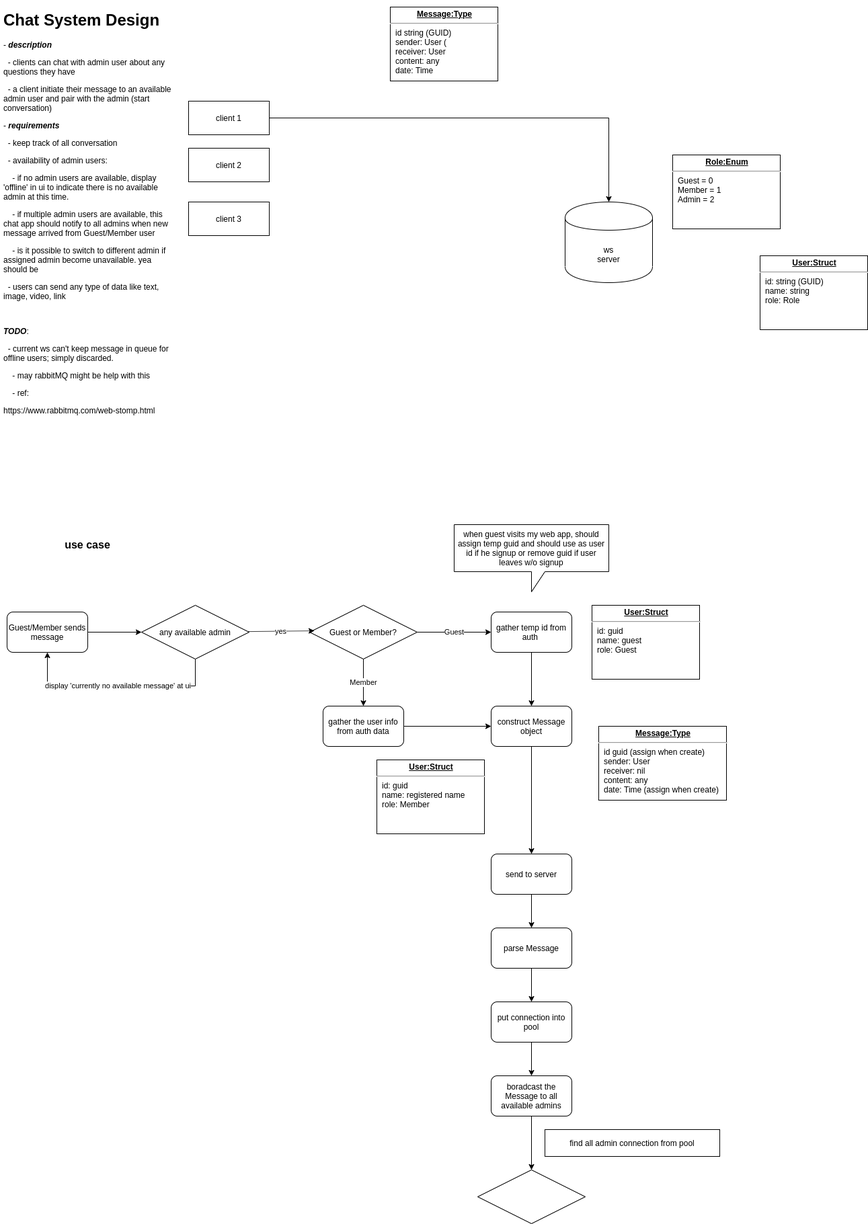
Earlier version of the draw.io export Chat_System_Design.PNG (stsiwo/sts_blogs). Source tidied: cells renumbered, new cells last; positions are measured from the earlier drawing's top-left corner, leaving out a move shared by most shapes.
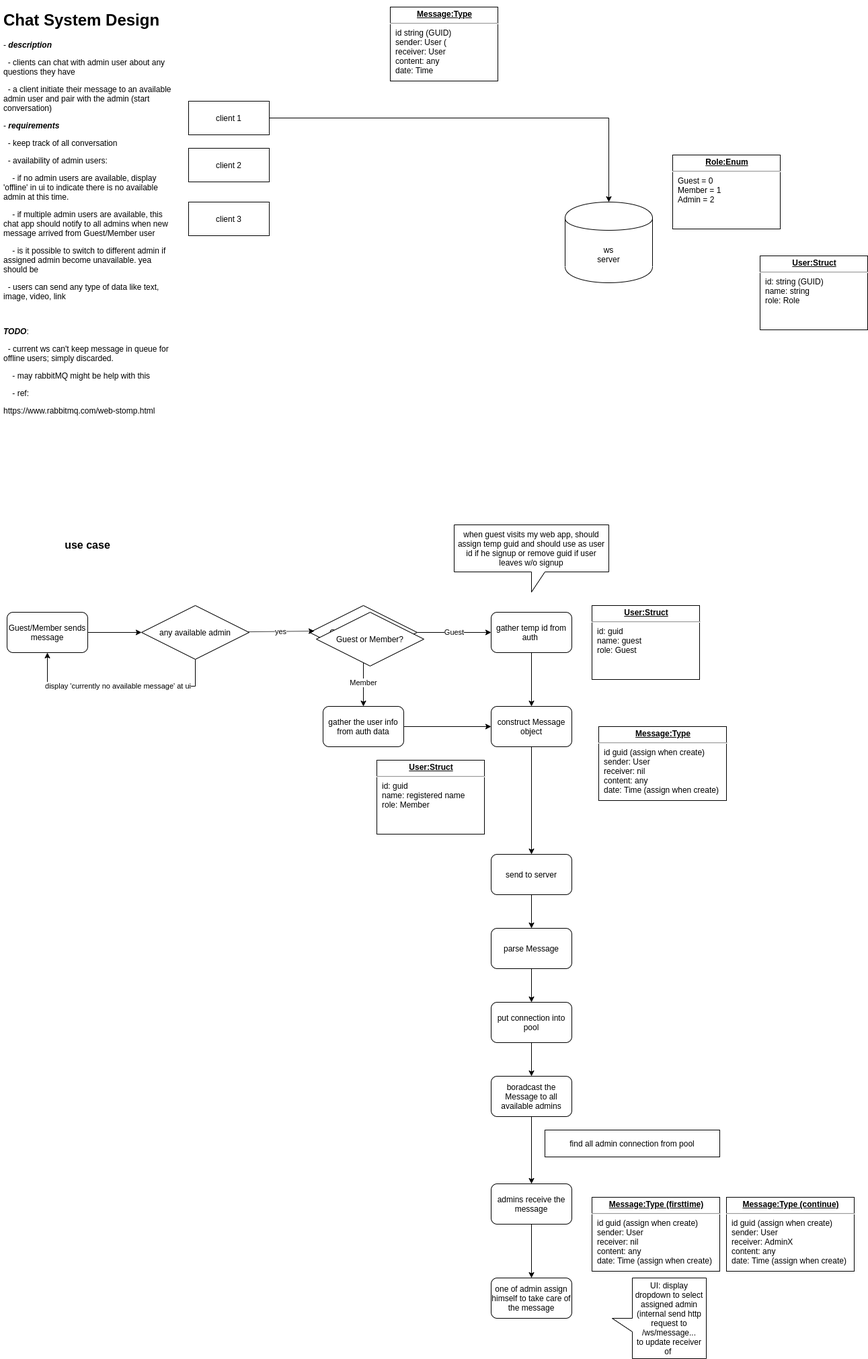
After the change.

Change to the diagram source:
```diff
@@ -95,7 +95,7 @@
     <mxCell id="32" value="put connection into pool" style="rounded=1;whiteSpace=wrap;html=1;" parent="1" vertex="1">
       <mxGeometry x="730" y="1480" width="120" height="60" as="geometry" />
     </mxCell>
-    <mxCell id="33" style="edgeStyle=orthogonalEdgeStyle;rounded=0;jettySize=auto;html=1;" parent="1" edge="1" source="34" target="36">
+    <mxCell id="33" style="edgeStyle=orthogonalEdgeStyle;rounded=0;jettySize=auto;html=1;" parent="1" edge="1" source="34" target="41">
       <mxGeometry relative="1" as="geometry" />
     </mxCell>
     <mxCell id="34" value="boradcast the Message to all available admins" style="rounded=1;whiteSpace=wrap;html=1;" parent="1" vertex="1">
@@ -104,9 +104,6 @@
     <mxCell id="35" value="find all admin connection from pool" style="rounded=0;whiteSpace=wrap;html=1;" parent="1" vertex="1">
       <mxGeometry x="810" y="1670" width="260" height="40" as="geometry" />
     </mxCell>
-    <mxCell id="36" style="rhombus;whiteSpace=wrap;html=1;" parent="1" vertex="1">
-      <mxGeometry x="710" y="1730" width="160" height="80" as="geometry" />
-    </mxCell>
     <mxCell id="37" value="yes" style="rounded=0;jettySize=auto;html=1;entryX=0.044;entryY=0.475;entryDx=0;entryDy=0;entryPerimeter=0;" parent="1" edge="1" source="39" target="16">
       <mxGeometry relative="1" as="geometry" />
     </mxCell>
@@ -121,5 +118,26 @@
     <mxCell id="39" value="any available admin" style="rhombus;whiteSpace=wrap;html=1;" parent="1" vertex="1">
       <mxGeometry x="210" y="890" width="160" height="80" as="geometry" />
     </mxCell>
+    <mxCell id="40" style="edgeStyle=none;rounded=0;jettySize=auto;html=1;" parent="1" edge="1" source="41" target="42">
+      <mxGeometry relative="1" as="geometry" />
+    </mxCell>
+    <mxCell id="41" value="admins receive the message" style="rounded=1;whiteSpace=wrap;html=1;" parent="1" vertex="1">
+      <mxGeometry x="730" y="1750" width="120" height="60" as="geometry" />
+    </mxCell>
+    <mxCell id="42" value="one of admin assign himself to take care of the message" style="rounded=1;whiteSpace=wrap;html=1;" parent="1" vertex="1">
+      <mxGeometry x="730" y="1890" width="120" height="60" as="geometry" />
+    </mxCell>
+    <mxCell id="43" value="&lt;p style=&quot;margin: 0px ; margin-top: 4px ; text-align: center ; text-decoration: underline&quot;&gt;&lt;b&gt;Message:Type (firsttime)&lt;/b&gt;&lt;/p&gt;&lt;hr&gt;&lt;p style=&quot;margin: 0px ; margin-left: 8px&quot;&gt;id guid (assign when create)&lt;/p&gt;&lt;p style=&quot;margin: 0px ; margin-left: 8px&quot;&gt;sender: User&amp;nbsp;&lt;/p&gt;&lt;p style=&quot;margin: 0px ; margin-left: 8px&quot;&gt;receiver: nil&lt;/p&gt;&lt;p style=&quot;margin: 0px ; margin-left: 8px&quot;&gt;content: any&lt;/p&gt;&lt;p style=&quot;margin: 0px ; margin-left: 8px&quot;&gt;date: Time (assign when create)&lt;/p&gt;" style="verticalAlign=top;align=left;overflow=fill;fontSize=12;fontFamily=Helvetica;html=1;" parent="1" vertex="1">
+      <mxGeometry x="880" y="1770" width="190" height="110" as="geometry" />
+    </mxCell>
+    <mxCell id="44" value="&lt;p style=&quot;margin: 0px ; margin-top: 4px ; text-align: center ; text-decoration: underline&quot;&gt;&lt;b&gt;Message:Type (continue)&lt;/b&gt;&lt;/p&gt;&lt;hr&gt;&lt;p style=&quot;margin: 0px ; margin-left: 8px&quot;&gt;id guid (assign when create)&lt;/p&gt;&lt;p style=&quot;margin: 0px ; margin-left: 8px&quot;&gt;sender: User&amp;nbsp;&lt;/p&gt;&lt;p style=&quot;margin: 0px ; margin-left: 8px&quot;&gt;receiver: AdminX&lt;/p&gt;&lt;p style=&quot;margin: 0px ; margin-left: 8px&quot;&gt;content: any&lt;/p&gt;&lt;p style=&quot;margin: 0px ; margin-left: 8px&quot;&gt;date: Time (assign when create)&lt;/p&gt;" style="verticalAlign=top;align=left;overflow=fill;fontSize=12;fontFamily=Helvetica;html=1;" parent="1" vertex="1">
+      <mxGeometry x="1080" y="1770" width="190" height="110" as="geometry" />
+    </mxCell>
+    <mxCell id="45" value="Guest or Member?" style="rhombus;whiteSpace=wrap;html=1;" parent="1" vertex="1">
+      <mxGeometry x="470" y="900" width="160" height="80" as="geometry" />
+    </mxCell>
+    <mxCell id="46" value="UI: display dropdown to select assigned admin&lt;br&gt;(internal send http request to /ws/message...&lt;br&gt;to update receiver of&amp;nbsp;" style="shape=callout;whiteSpace=wrap;html=1;perimeter=calloutPerimeter;direction=south;" parent="1" vertex="1">
+      <mxGeometry x="910" y="1890" width="140" height="120" as="geometry" />
+    </mxCell>
   </root>
 </mxGraphModel>
```
